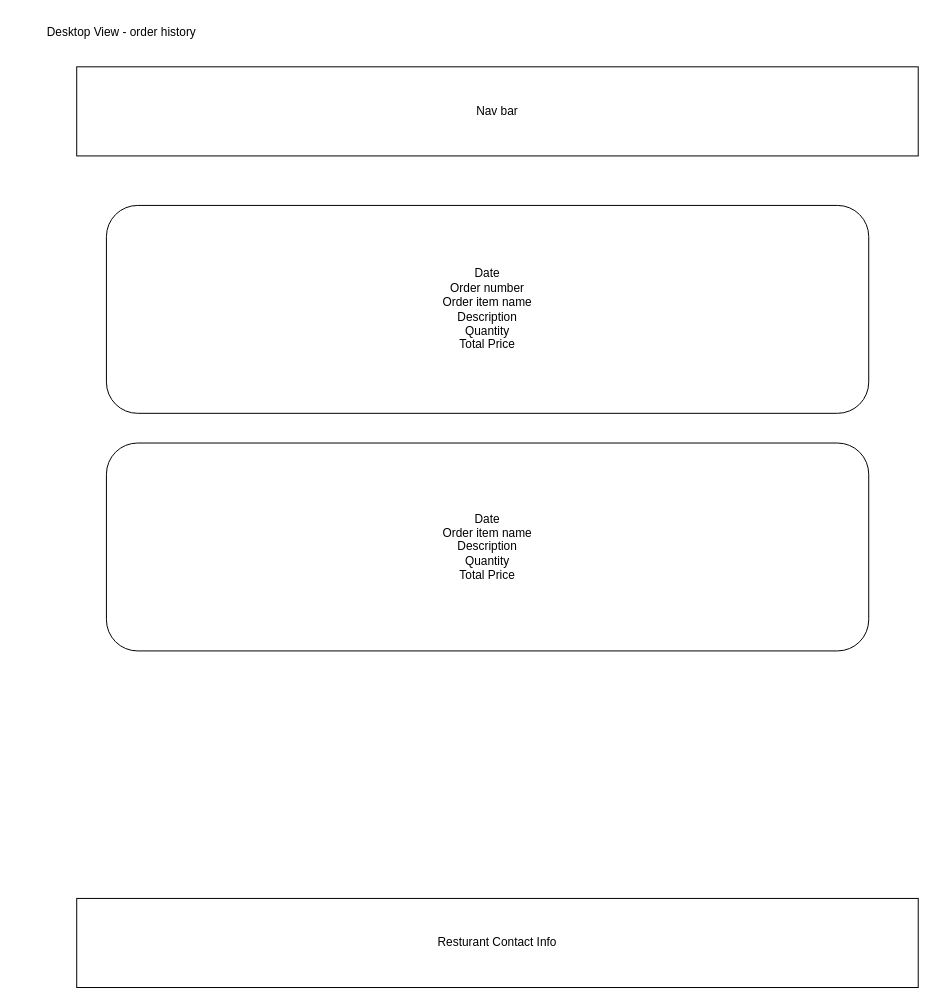
Earlier version of the draw.io diagram Wireframe-Desktop-User-orderhistory.drawio (nickidells97/Food-Pick-Up-App). Source tidied: cells renumbered, new cells numbered last; positions are measured from the earlier drawing's top-left corner, leaving out a move shared by most shapes. Both pictures are drawn from the tidied source at 99%, with x=0, y=0 at pixel (37, 17).
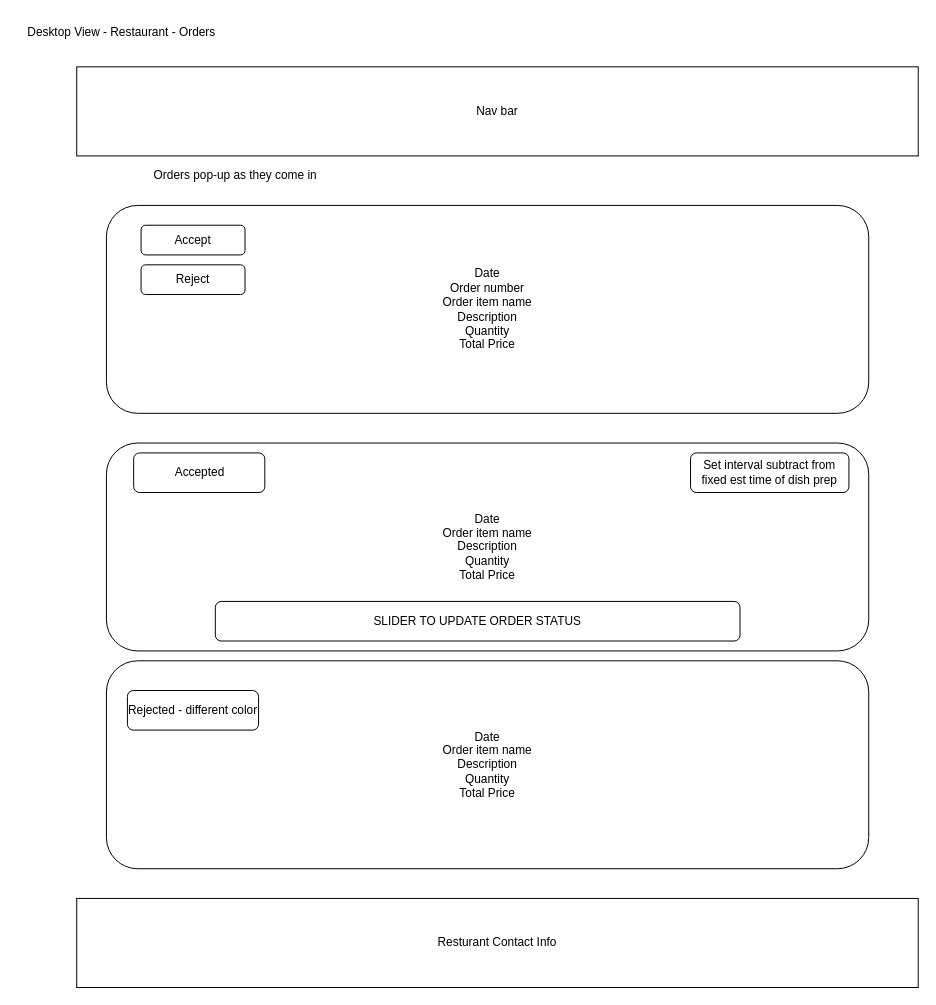
After the change.

Commit message (it also covers changes not shown here):
add wireframe for restaurant

Change to the diagram source:
```diff
@@
 <mxGraphModel>
   <root>
     <mxCell id="0" />
     <mxCell id="1" parent="0" />
     <mxCell id="2" value="Resturant Contact Info" style="rounded=0;whiteSpace=wrap;html=1;" parent="1" vertex="1">
       <mxGeometry x="40" y="890" width="850" height="90" as="geometry" />
     </mxCell>
     <mxCell id="3" value="Nav bar" style="rounded=0;whiteSpace=wrap;html=1;" parent="1" vertex="1">
       <mxGeometry x="40" y="50" width="850" height="90" as="geometry" />
     </mxCell>
-    <mxCell id="4" value="Desktop View - order history" style="text;html=1;align=center;verticalAlign=middle;strokeColor=none;fillColor=none;" parent="1" vertex="1">
-      <mxGeometry width="170" height="30" as="geometry" />
+    <mxCell id="4" value="Desktop View - Restaurant - Orders" style="text;html=1;align=center;verticalAlign=middle;strokeColor=none;fillColor=none;" parent="1" vertex="1">
+      <mxGeometry x="-20" width="210" height="30" as="geometry" />
     </mxCell>
     <mxCell id="5" value="Date&lt;br&gt;Order number&lt;br&gt;Order item name&lt;br&gt;Description&lt;br&gt;Quantity&lt;br&gt;Total Price" style="rounded=1;whiteSpace=wrap;html=1;" parent="1" vertex="1">
       <mxGeometry x="70" y="190" width="770" height="210" as="geometry" />
     </mxCell>
     <mxCell id="6" value="Date&lt;br&gt;Order item name&lt;br&gt;Description&lt;br&gt;Quantity&lt;br&gt;Total Price" style="rounded=1;whiteSpace=wrap;html=1;" parent="1" vertex="1">
       <mxGeometry x="70" y="430" width="770" height="210" as="geometry" />
     </mxCell>
+    <mxCell id="7" value="Orders pop-up as they come in" style="text;html=1;align=center;verticalAlign=middle;strokeColor=none;fillColor=none;" parent="1" vertex="1">
+      <mxGeometry x="105" y="145" width="190" height="30" as="geometry" />
+    </mxCell>
+    <mxCell id="8" value="Accept" style="rounded=1;whiteSpace=wrap;html=1;" parent="1" vertex="1">
+      <mxGeometry x="105" y="210" width="105" height="30" as="geometry" />
+    </mxCell>
+    <mxCell id="9" value="Reject" style="rounded=1;whiteSpace=wrap;html=1;" parent="1" vertex="1">
+      <mxGeometry x="105" y="250" width="105" height="30" as="geometry" />
+    </mxCell>
+    <mxCell id="10" value="Accepted" style="rounded=1;whiteSpace=wrap;html=1;" parent="1" vertex="1">
+      <mxGeometry x="97.5" y="440" width="132.5" height="40" as="geometry" />
+    </mxCell>
+    <mxCell id="11" value="SLIDER TO UPDATE ORDER STATUS" style="rounded=1;whiteSpace=wrap;html=1;" parent="1" vertex="1">
+      <mxGeometry x="180" y="590" width="530" height="40" as="geometry" />
+    </mxCell>
+    <mxCell id="12" value="Set interval subtract from fixed est time of dish prep" style="rounded=1;whiteSpace=wrap;html=1;" parent="1" vertex="1">
+      <mxGeometry x="660" y="440" width="160" height="40" as="geometry" />
+    </mxCell>
+    <mxCell id="13" value="Date&lt;br&gt;Order item name&lt;br&gt;Description&lt;br&gt;Quantity&lt;br&gt;Total Price" style="rounded=1;whiteSpace=wrap;html=1;" parent="1" vertex="1">
+      <mxGeometry x="70" y="650" width="770" height="210" as="geometry" />
+    </mxCell>
+    <mxCell id="14" value="Rejected - different color" style="rounded=1;whiteSpace=wrap;html=1;" parent="1" vertex="1">
+      <mxGeometry x="91.2" y="680" width="132.5" height="40" as="geometry" />
+    </mxCell>
   </root>
 </mxGraphModel>
```
